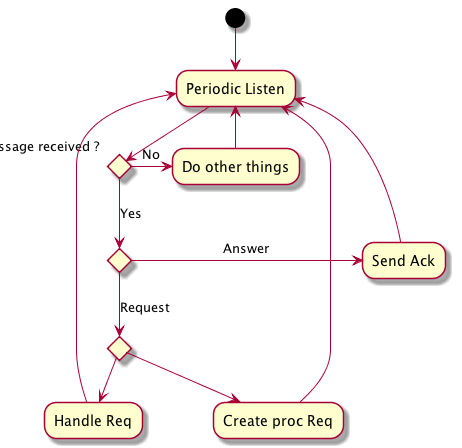
Before: doc/UML/Algo_Leader.png, a diagram exported from PlantUML (tof25/DST).
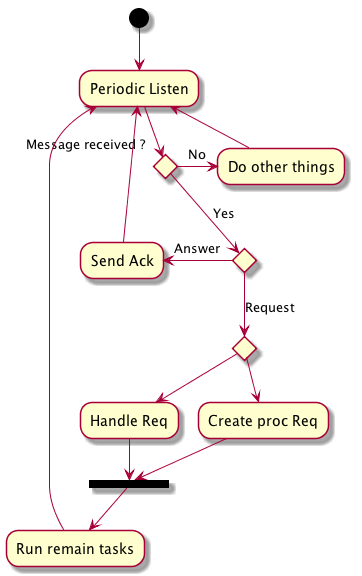
After the commit.

Change to the diagram source:
```diff
@@ -2,20 +2,22 @@
 (*top) -->"Periodic Listen"
 
 if "Message received ?" then
-  -left->[No]"Do other things"
+  -right->[No]"Do other things"
   -->"Periodic Listen"
 else
   [Yes]if "" then
-    -right->[Answer]"Send Ack"
+    -left->[Answer]"Send Ack"
     -->"Periodic Listen"
   else
     [Request]if "" then
       -->"Handle Req"
-      -up->"Periodic Listen"
+      --> == BEFORE_RUN ==
     else
       -->"Create proc Req"
-      -up->"Periodic Listen"
+      --> == BEFORE_RUN ==
     endif
+    -->"Run remain tasks"
+    -up->"Periodic Listen"
   endif
 endif
 
```
